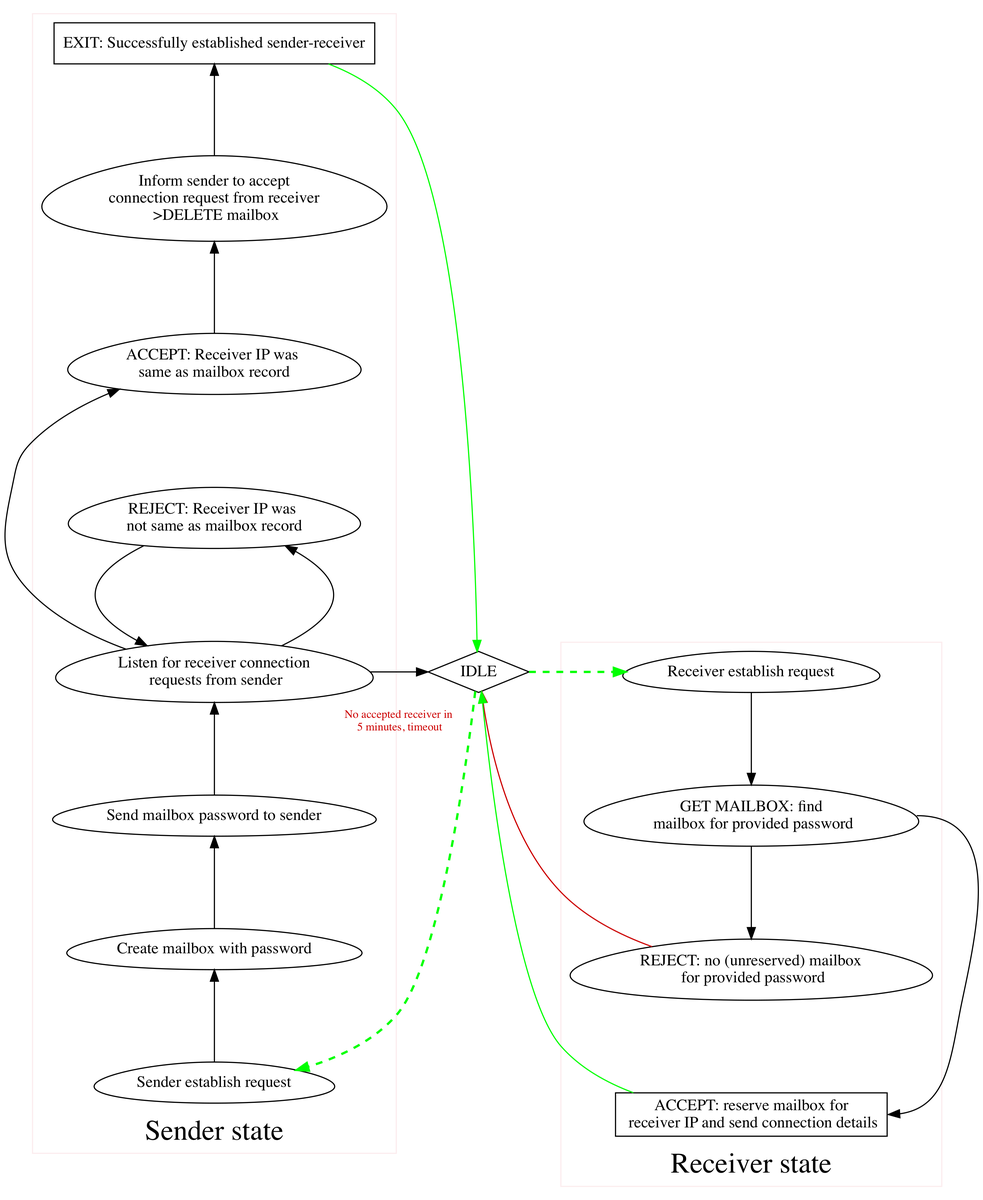
This is assets/rendezvous-server-state.png from SpatiumPortae/portal, a Graphviz export, as it was before one commit. Its source is kept beside it as assets/rendezvous-server-state.dot.
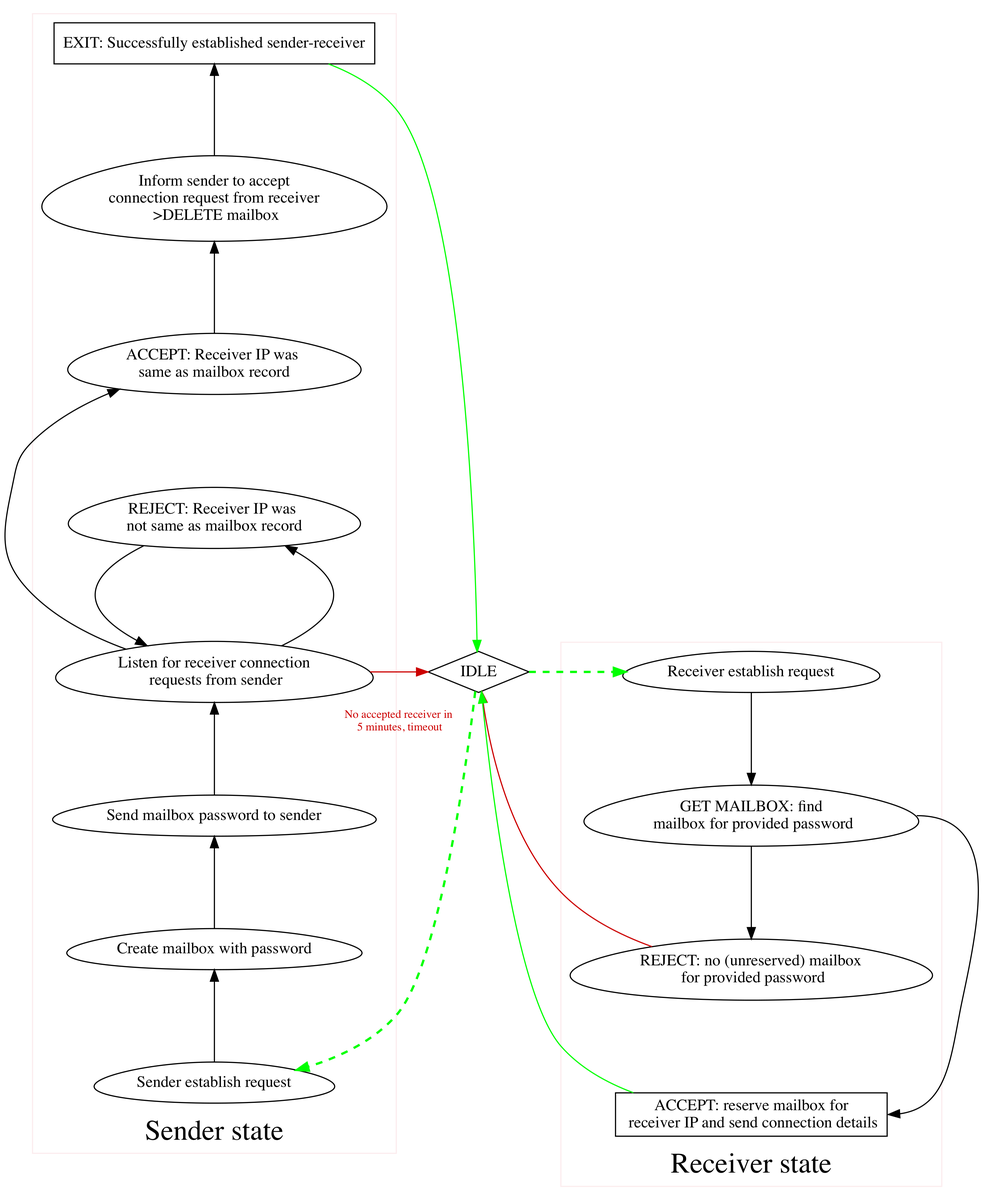
Later version of the same file.

Diff of the diagram source:
```diff
@@ -3,7 +3,7 @@
   subgraph cluster_sender_state {
     node [shape=egg]
 
-    SREQUEST [label="Sender establish request"]
+    SENDERREQUEST [label="Sender establish request"]
     CREATEMAILBOX [label="Create mailbox with password"]
     SENDMAILBOX [label="Send mailbox password to sender"]
     WAITRECEIVER [label="Listen for receiver connection\n requests from sender"]
@@ -12,7 +12,7 @@
     WRAPUP [label="Inform sender to accept\nconnection request from receiver\n >DELETE mailbox"]
     CLOSE [label="EXIT: Successfully established sender-receiver"] [shape=box]
 
-    SREQUEST -> CREATEMAILBOX
+    SENDERREQUEST -> CREATEMAILBOX
 
     CREATEMAILBOX -> SENDMAILBOX
     SENDMAILBOX -> WAITRECEIVER
@@ -34,12 +34,12 @@
   subgraph cluster_receiver_state {
     node [shape=egg]
 
-    RREQUEST [label="Receiver establish request"]
+    RECEIVERREQUEST [label="Receiver establish request"]
     GETMAILBOX [label="GET MAILBOX: find\n mailbox for provided password"]
     REJECTPASSWORD [label="REJECT: no (unreserved) mailbox\n for provided password"]
     ACCEPTPASSWORD [label="ACCEPT: reserve mailbox for\n receiver IP and send connection details", shape=box]
 
-    RREQUEST -> GETMAILBOX [constraint=false]
+    RECEIVERREQUEST -> GETMAILBOX [constraint=false]
     GETMAILBOX -> REJECTPASSWORD [constraint=false]
     GETMAILBOX -> ACCEPTPASSWORD [constraint=false, tailport=e, headport=e]
 
@@ -51,11 +51,11 @@
 	}
 
   IDLE [shape=diamond]
-  IDLE -> SREQUEST [style=dashed, penwidth=2, color=green]
-  IDLE -> RREQUEST [style=dashed, penwidth=2, color=green]
+  IDLE -> SENDERREQUEST [style=dashed, penwidth=2, color=green]
+  IDLE -> RECEIVERREQUEST [style=dashed, penwidth=2, color=green]
 
   WAITRECEIVER -> IDLE [taillabel="No accepted receiver in\n 5 minutes, timeout", labeldistance=5.0, labelangle=-60,
-  labelfontcolor="#cc0000", labelfontsize=10]
+  labelfontcolor="#cc0000", labelfontsize=10, color="#cc0000"]
 
   CLOSE -> IDLE [color=green]
 
```
